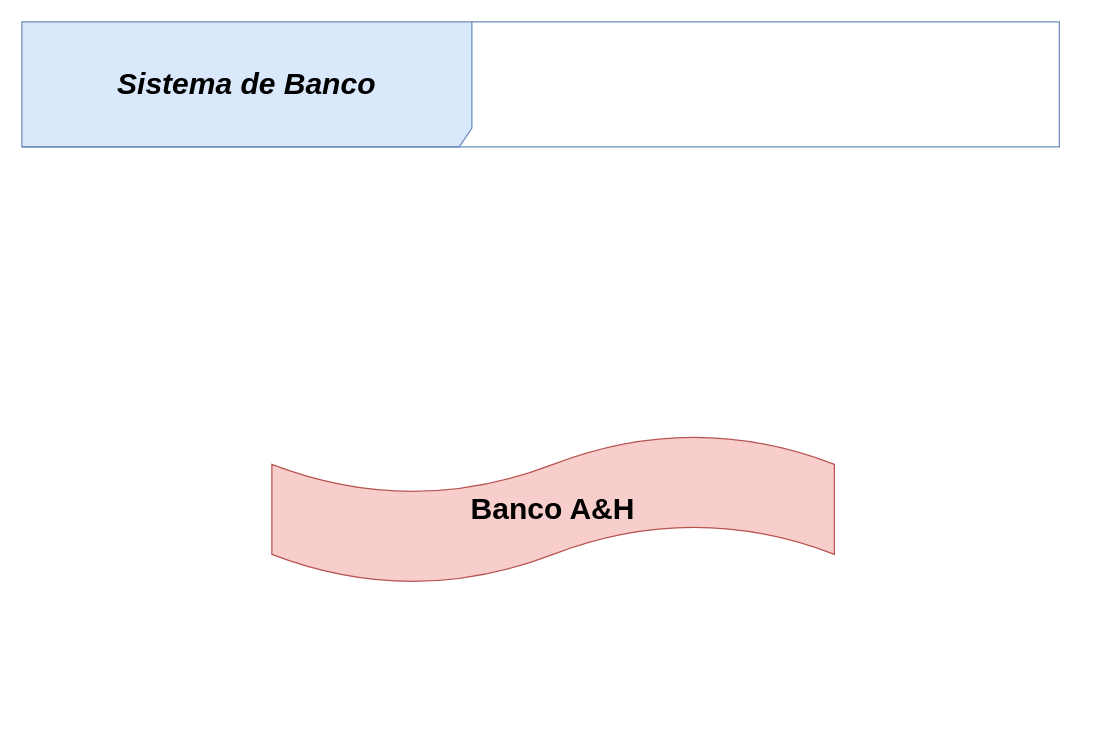
Above: page "Apresentação" (1 of 18) of Projeto Banco.drawio in altairfd/EngenhariaDeSoftware (draw.io), before the change. Source tidied: cells renumbered, new cells numbered last; positions are measured from the earlier drawing's top-left corner, leaving out a move shared by most shapes. Both pictures are drawn from the tidied source at 125%, with x=0, y=0 at pixel (21, 21).
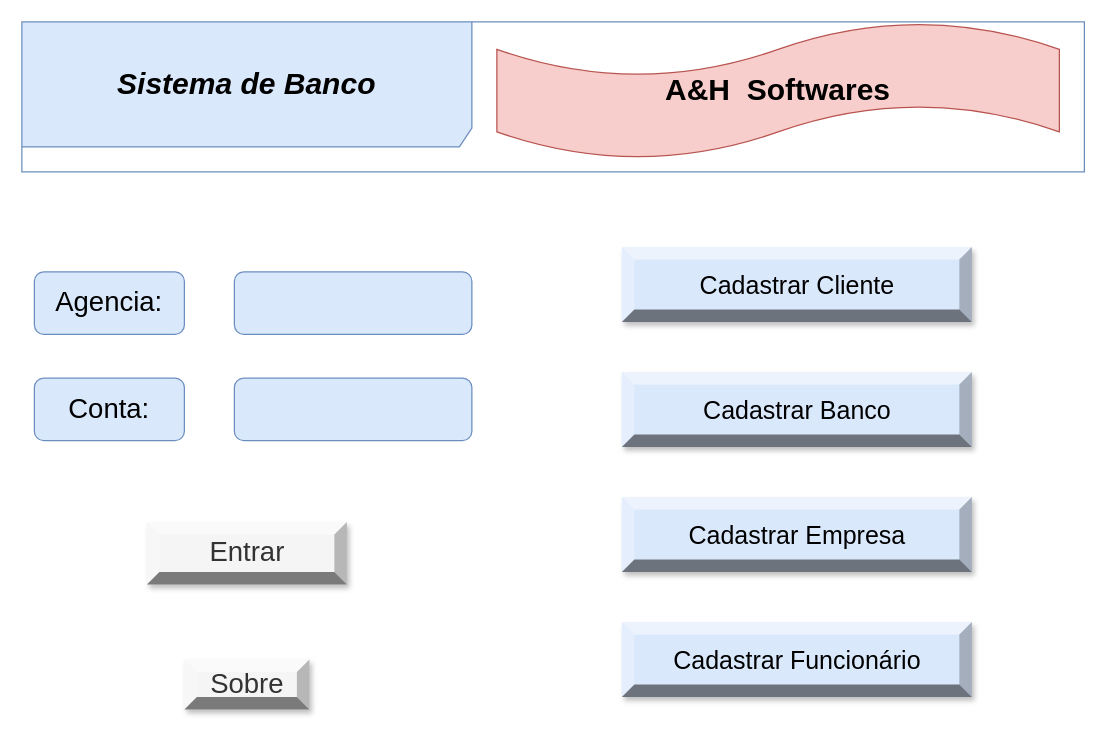
Above is the later version.

The edit, as a diff of the source:
```diff
@@
 <mxGraphModel>
   <root>
     <mxCell id="0" />
     <mxCell id="1" parent="0" />
     <mxCell id="2" value="&lt;h1&gt;&lt;i&gt;Sistema de Banco&lt;/i&gt;&lt;/h1&gt;" style="shape=umlFrame;whiteSpace=wrap;html=1;width=360;height=100;fillColor=#dae8fc;strokeColor=#6c8ebf;" parent="1" vertex="1">
-      <mxGeometry width="830" height="100" as="geometry" />
+      <mxGeometry width="850" height="120" as="geometry" />
     </mxCell>
-    <mxCell id="3" value="&lt;h1&gt;Banco A&amp;amp;H&lt;/h1&gt;" style="shape=tape;whiteSpace=wrap;html=1;fillColor=#f8cecc;strokeColor=#b85450;" parent="1" vertex="1">
-      <mxGeometry x="200" y="330" width="450" height="120" as="geometry" />
+    <mxCell id="3" value="&lt;h1&gt;A&amp;amp;H&amp;nbsp; Softwares&lt;/h1&gt;" style="shape=tape;whiteSpace=wrap;html=1;fillColor=#f8cecc;strokeColor=#b85450;" parent="1" vertex="1">
+      <mxGeometry x="380" width="450" height="110" as="geometry" />
     </mxCell>
+    <mxCell id="4" value="&lt;font style=&quot;font-size: 22px&quot;&gt;Entrar&lt;/font&gt;" style="labelPosition=center;verticalLabelPosition=middle;align=center;html=1;shape=mxgraph.basic.shaded_button;dx=10;fillColor=#f5f5f5;strokeColor=#666666;shadow=1;labelBackgroundColor=none;fontFamily=Helvetica;sketch=0;fontColor=#333333;" parent="1" vertex="1">
+      <mxGeometry x="100" y="400" width="160" height="50" as="geometry" />
+    </mxCell>
+    <mxCell id="5" value="&lt;font style=&quot;font-size: 20px&quot;&gt;Cadastrar Cliente&lt;/font&gt;" style="labelPosition=center;verticalLabelPosition=middle;align=center;html=1;shape=mxgraph.basic.shaded_button;dx=10;fillColor=#dae8fc;strokeColor=#6c8ebf;shadow=1;labelBackgroundColor=none;fontFamily=Helvetica;sketch=0;" parent="1" vertex="1">
+      <mxGeometry x="480" y="180" width="280" height="60" as="geometry" />
+    </mxCell>
+    <mxCell id="6" value="&lt;font style=&quot;font-size: 20px&quot;&gt;Cadastrar Banco&lt;/font&gt;" style="labelPosition=center;verticalLabelPosition=middle;align=center;html=1;shape=mxgraph.basic.shaded_button;dx=10;fillColor=#dae8fc;strokeColor=#6c8ebf;shadow=1;labelBackgroundColor=none;fontFamily=Helvetica;sketch=0;" parent="1" vertex="1">
+      <mxGeometry x="480" y="280" width="280" height="60" as="geometry" />
+    </mxCell>
+    <mxCell id="7" value="&lt;font style=&quot;font-size: 20px&quot;&gt;Cadastrar Empresa&lt;/font&gt;" style="labelPosition=center;verticalLabelPosition=middle;align=center;html=1;shape=mxgraph.basic.shaded_button;dx=10;fillColor=#dae8fc;strokeColor=#6c8ebf;shadow=1;labelBackgroundColor=none;fontFamily=Helvetica;sketch=0;" parent="1" vertex="1">
+      <mxGeometry x="480" y="380" width="280" height="60" as="geometry" />
+    </mxCell>
+    <mxCell id="8" value="&lt;font style=&quot;font-size: 20px&quot;&gt;Cadastrar Funcionário&lt;br&gt;&lt;/font&gt;" style="labelPosition=center;verticalLabelPosition=middle;align=center;html=1;shape=mxgraph.basic.shaded_button;dx=10;fillColor=#dae8fc;strokeColor=#6c8ebf;shadow=1;labelBackgroundColor=none;fontFamily=Helvetica;sketch=0;" parent="1" vertex="1">
+      <mxGeometry x="480" y="480" width="280" height="60" as="geometry" />
+    </mxCell>
+    <mxCell id="9" style="rounded=1;whiteSpace=wrap;html=1;labelBackgroundColor=none;fontFamily=Helvetica;fillColor=#dae8fc;strokeColor=#6c8ebf;" parent="1" vertex="1">
+      <mxGeometry x="170" y="200" width="190" height="50" as="geometry" />
+    </mxCell>
+    <mxCell id="10" style="rounded=1;whiteSpace=wrap;html=1;labelBackgroundColor=none;fontFamily=Helvetica;fillColor=#dae8fc;strokeColor=#6c8ebf;" parent="1" vertex="1">
+      <mxGeometry x="170" y="285" width="190" height="50" as="geometry" />
+    </mxCell>
+    <mxCell id="11" value="&lt;font style=&quot;font-size: 22px&quot;&gt;Agencia:&lt;/font&gt;" style="rounded=1;whiteSpace=wrap;html=1;labelBackgroundColor=none;fontFamily=Helvetica;fillColor=#dae8fc;strokeColor=#6c8ebf;" parent="1" vertex="1">
+      <mxGeometry x="10" y="200" width="120" height="50" as="geometry" />
+    </mxCell>
+    <mxCell id="12" value="&lt;span style=&quot;font-size: 22px&quot;&gt;Conta:&lt;/span&gt;" style="rounded=1;whiteSpace=wrap;html=1;labelBackgroundColor=none;fontFamily=Helvetica;fillColor=#dae8fc;strokeColor=#6c8ebf;" parent="1" vertex="1">
+      <mxGeometry x="10" y="285" width="120" height="50" as="geometry" />
+    </mxCell>
+    <mxCell id="13" value="&lt;span style=&quot;font-size: 22px&quot;&gt;Sobre&lt;/span&gt;" style="labelPosition=center;verticalLabelPosition=middle;align=center;html=1;shape=mxgraph.basic.shaded_button;dx=10;fillColor=#f5f5f5;strokeColor=#666666;shadow=1;labelBackgroundColor=none;fontFamily=Helvetica;sketch=0;fontColor=#333333;" parent="1" vertex="1">
+      <mxGeometry x="130" y="510" width="100" height="40" as="geometry" />
+    </mxCell>
   </root>
 </mxGraphModel>
```
